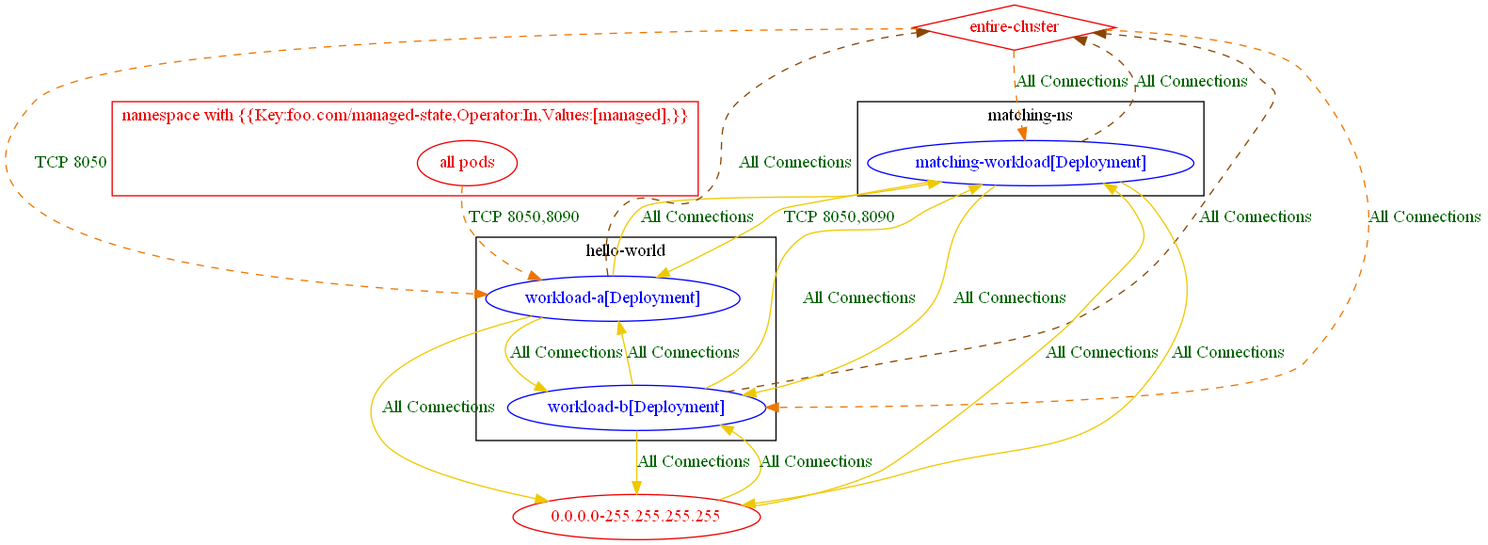
Above: test_outputs/connlist/exposure_to_new_namespace_conn_and_entire_cluster_with_matching_pod_exposure_output.dot.png in np-guard/netpol-analyzer (Graphviz), before the change. Its source is kept beside it as test_outputs/connlist/exposure_to_new_namespace_conn_and_entire_cluster_with_matching_pod_exposure_output.dot.
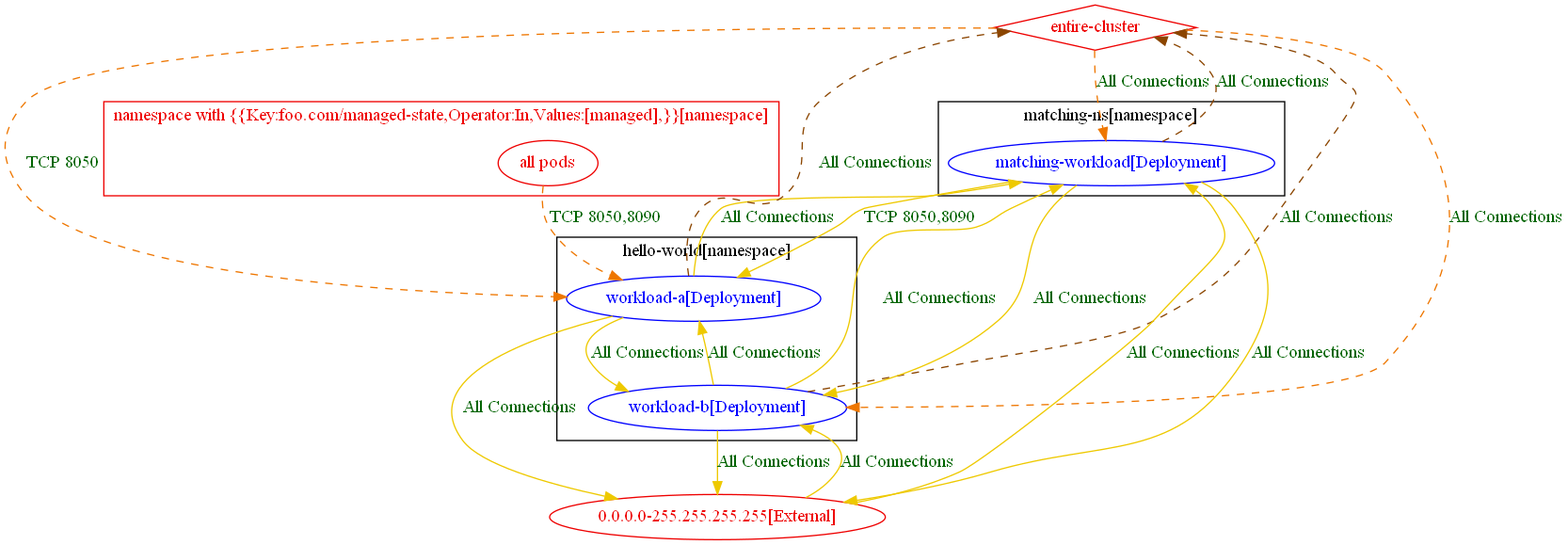
The same file after the commit.

The edit, as a diff of the source:
```diff
@@ -1,40 +1,40 @@
 digraph {
-	subgraph "cluster_hello_world" {
+	subgraph "cluster_hello_world[namespace]" {
 		color="black"
 		fontcolor="black"
 		"hello-world/workload-a[Deployment]" [label="workload-a[Deployment]" color="blue" fontcolor="blue"]
 		"hello-world/workload-b[Deployment]" [label="workload-b[Deployment]" color="blue" fontcolor="blue"]
-		label="hello-world"
+		label="hello-world[namespace]"
 	}
-	subgraph "cluster_matching_ns" {
+	subgraph "cluster_matching_ns[namespace]" {
 		color="black"
 		fontcolor="black"
 		"matching-ns/matching-workload[Deployment]" [label="matching-workload[Deployment]" color="blue" fontcolor="blue"]
-		label="matching-ns"
+		label="matching-ns[namespace]"
 	}
-	subgraph "cluster_namespace with {{Key:foo.com/managed_state,Operator:In,Values:[managed],}}" {
+	subgraph "cluster_namespace with {{Key:foo.com/managed_state,Operator:In,Values:[managed],}}[namespace]" {
 		color="red2"
 		fontcolor="red2"
 		"all pods_in_namespace with {{Key:foo.com/managed-state,Operator:In,Values:[managed],}}" [label="all pods" color="red2" fontcolor="red2"]
-		label="namespace with {{Key:foo.com/managed-state,Operator:In,Values:[managed],}}"
+		label="namespace with {{Key:foo.com/managed-state,Operator:In,Values:[managed],}}[namespace]"
 	}
-	"0.0.0.0-255.255.255.255" [label="0.0.0.0-255.255.255.255" color="red2" fontcolor="red2"]
+	"0.0.0.0-255.255.255.255[External]" [label="0.0.0.0-255.255.255.255[External]" color="red2" fontcolor="red2"]
 	"entire-cluster" [label="entire-cluster" color="red2" fontcolor="red2" shape=diamond]
-	"0.0.0.0-255.255.255.255" -> "hello-world/workload-b[Deployment]" [label="All Connections" color="gold2" fontcolor="darkgreen" weight=0.5]
-	"0.0.0.0-255.255.255.255" -> "matching-ns/matching-workload[Deployment]" [label="All Connections" color="gold2" fontcolor="darkgreen" weight=0.5]
+	"0.0.0.0-255.255.255.255[External]" -> "hello-world/workload-b[Deployment]" [label="All Connections" color="gold2" fontcolor="darkgreen" weight=0.5]
+	"0.0.0.0-255.255.255.255[External]" -> "matching-ns/matching-workload[Deployment]" [label="All Connections" color="gold2" fontcolor="darkgreen" weight=0.5]
 	"all pods_in_namespace with {{Key:foo.com/managed-state,Operator:In,Values:[managed],}}" -> "hello-world/workload-a[Deployment]" [label="TCP 8050,8090" color="darkorange2" fontcolor="darkgreen" weight=1 style=dashed]
 	"entire-cluster" -> "hello-world/workload-a[Deployment]" [label="TCP 8050" color="darkorange2" fontcolor="darkgreen" weight=1 style=dashed]
 	"entire-cluster" -> "hello-world/workload-b[Deployment]" [label="All Connections" color="darkorange2" fontcolor="darkgreen" weight=1 style=dashed]
 	"entire-cluster" -> "matching-ns/matching-workload[Deployment]" [label="All Connections" color="darkorange2" fontcolor="darkgreen" weight=1 style=dashed]
-	"hello-world/workload-a[Deployment]" -> "0.0.0.0-255.255.255.255" [label="All Connections" color="gold2" fontcolor="darkgreen" weight=1]
+	"hello-world/workload-a[Deployment]" -> "0.0.0.0-255.255.255.255[External]" [label="All Connections" color="gold2" fontcolor="darkgreen" weight=1]
 	"hello-world/workload-a[Deployment]" -> "entire-cluster" [label="All Connections" color="darkorange4" fontcolor="darkgreen" weight=0.5 style=dashed]
 	"hello-world/workload-a[Deployment]" -> "hello-world/workload-b[Deployment]" [label="All Connections" color="gold2" fontcolor="darkgreen" weight=0.5]
 	"hello-world/workload-a[Deployment]" -> "matching-ns/matching-workload[Deployment]" [label="All Connections" color="gold2" fontcolor="darkgreen" weight=0.5]
-	"hello-world/workload-b[Deployment]" -> "0.0.0.0-255.255.255.255" [label="All Connections" color="gold2" fontcolor="darkgreen" weight=1]
+	"hello-world/workload-b[Deployment]" -> "0.0.0.0-255.255.255.255[External]" [label="All Connections" color="gold2" fontcolor="darkgreen" weight=1]
 	"hello-world/workload-b[Deployment]" -> "entire-cluster" [label="All Connections" color="darkorange4" fontcolor="darkgreen" weight=0.5 style=dashed]
 	"hello-world/workload-b[Deployment]" -> "hello-world/workload-a[Deployment]" [label="All Connections" color="gold2" fontcolor="darkgreen" weight=1]
 	"hello-world/workload-b[Deployment]" -> "matching-ns/matching-workload[Deployment]" [label="All Connections" color="gold2" fontcolor="darkgreen" weight=0.5]
-	"matching-ns/matching-workload[Deployment]" -> "0.0.0.0-255.255.255.255" [label="All Connections" color="gold2" fontcolor="darkgreen" weight=1]
+	"matching-ns/matching-workload[Deployment]" -> "0.0.0.0-255.255.255.255[External]" [label="All Connections" color="gold2" fontcolor="darkgreen" weight=1]
 	"matching-ns/matching-workload[Deployment]" -> "entire-cluster" [label="All Connections" color="darkorange4" fontcolor="darkgreen" weight=0.5 style=dashed]
 	"matching-ns/matching-workload[Deployment]" -> "hello-world/workload-a[Deployment]" [label="TCP 8050,8090" color="gold2" fontcolor="darkgreen" weight=1]
 	"matching-ns/matching-workload[Deployment]" -> "hello-world/workload-b[Deployment]" [label="All Connections" color="gold2" fontcolor="darkgreen" weight=1]
```
